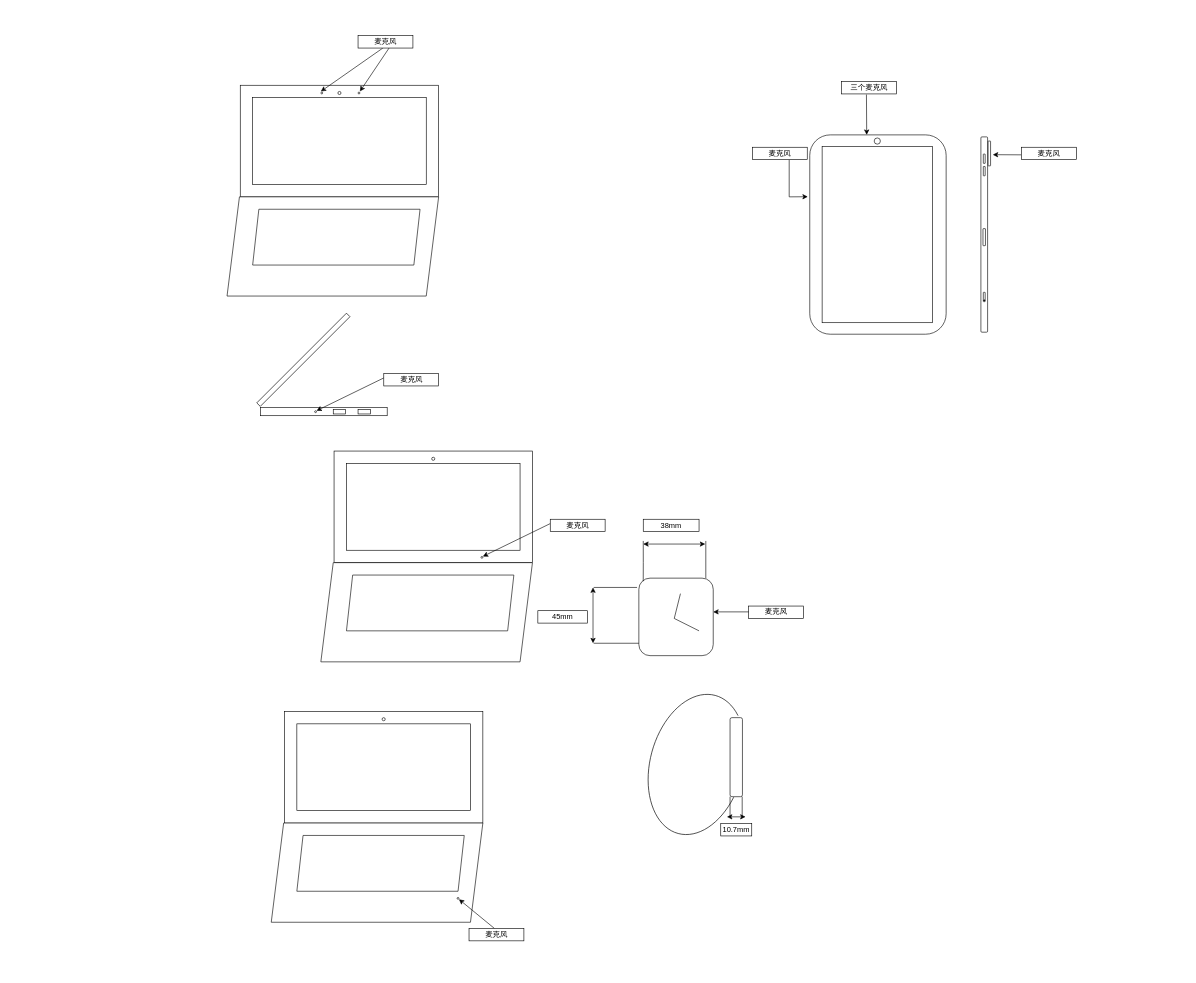
The draw.io diagram 未命名绘图.drawio in furuterikka/lyra, before the edit. Source tidied: cells renumbered, new cells numbered last; positions are measured from the earlier drawing's top-left corner, leaving out a move shared by most shapes. Both pictures are drawn from the tidied source at 62%, with x=0, y=0 at pixel (11, 11).
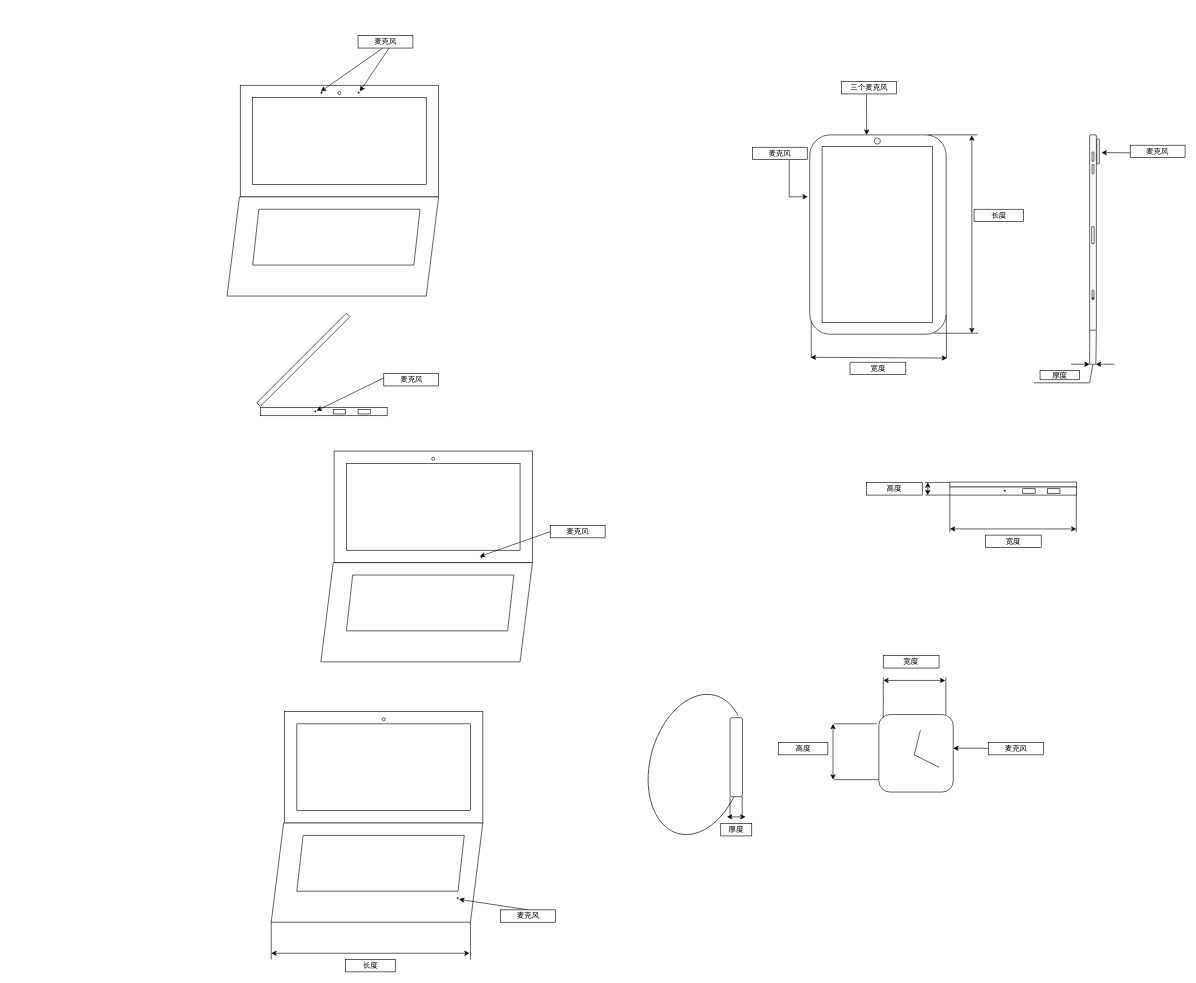
The same page after the edit.

Commit message (it also covers changes not shown here):
更新未命名绘图.drawio

Unchanged cells that the change refers to:
```xml
<mxCell id="59" style="rounded=1;whiteSpace=wrap;html=1;rotation=90;" parent="1" vertex="1">
  <mxGeometry x="1237.8" y="250.8" width="321.5" height="220" as="geometry" />
</mxCell>
```

What changed in the source:
```diff
@@
-    <mxCell id="9" style="ellipse;whiteSpace=wrap;html=1;" parent="1" vertex="1">
-      <mxGeometry x="560" y="131" width="3" height="3" as="geometry" />
+    <mxCell id="9" style="ellipse;whiteSpace=wrap;html=1;fillColor=#000000;" parent="1" vertex="1">
+      <mxGeometry x="560" y="131" width="2" height="2" as="geometry" />
     </mxCell>
-    <mxCell id="10" style="ellipse;whiteSpace=wrap;html=1;" parent="1" vertex="1">
-      <mxGeometry x="500" y="131" width="3" height="3" as="geometry" />
+    <mxCell id="10" style="ellipse;whiteSpace=wrap;html=1;fillColor=#000000;" parent="1" vertex="1">
+      <mxGeometry x="500" y="131" width="2" height="2" as="geometry" />
     </mxCell>
@@
-    <mxCell id="18" style="endArrow=classic;html=1;rounded=0;" parent="1" edge="1">
+    <mxCell id="18" style="endArrow=classic;html=1;rounded=0;exitX=0.5;exitY=0;exitDx=0;exitDy=0;" parent="1" edge="1" source="19">
       <mxGeometry relative="1" as="geometry">
-        <mxPoint x="780" y="1480" as="sourcePoint" />
         <mxPoint x="722.8" y="1433" as="targetPoint" />
       </mxGeometry>
     </mxCell>
     <mxCell id="19" value="麦克风" style="rounded=0;whiteSpace=wrap;html=1;" parent="1" vertex="1">
-      <mxGeometry x="739" y="1480" width="88.5" height="20" as="geometry" />
+      <mxGeometry x="790" y="1450" width="88.5" height="20" as="geometry" />
     </mxCell>
-    <mxCell id="20" style="ellipse;whiteSpace=wrap;html=1;" parent="1" vertex="1">
-      <mxGeometry x="719.8" y="1430" width="3" height="3" as="geometry" />
+    <mxCell id="20" style="ellipse;whiteSpace=wrap;html=1;fillColor=#000000;" parent="1" vertex="1">
+      <mxGeometry x="719.8" y="1430" width="2" height="2" as="geometry" />
     </mxCell>
@@
     <mxCell id="26" style="endArrow=classic;html=1;rounded=0;" parent="1" edge="1">
       <mxGeometry relative="1" as="geometry">
-        <mxPoint x="870" y="827" as="sourcePoint" />
-        <mxPoint x="761.3" y="880" as="targetPoint" />
+        <mxPoint x="870" y="840" as="sourcePoint" />
+        <mxPoint x="756.3" y="880" as="targetPoint" />
       </mxGeometry>
     </mxCell>
     <mxCell id="27" value="麦克风" style="rounded=0;whiteSpace=wrap;html=1;" parent="1" vertex="1">
-      <mxGeometry x="870" y="820" width="88.5" height="20" as="geometry" />
+      <mxGeometry x="870" y="830" width="88.5" height="20" as="geometry" />
     </mxCell>
-    <mxCell id="28" style="ellipse;whiteSpace=wrap;html=1;" parent="1" vertex="1">
-      <mxGeometry x="758.3" y="880" width="3" height="3" as="geometry" />
+    <mxCell id="28" style="ellipse;whiteSpace=wrap;html=1;fillColor=#000000;" parent="1" vertex="1">
+      <mxGeometry x="758.3" y="880" width="2" height="2" as="geometry" />
     </mxCell>
@@
-    <mxCell id="31" style="ellipse;whiteSpace=wrap;html=1;" parent="1" vertex="1">
-      <mxGeometry x="490" y="645" width="3" height="3" as="geometry" />
+    <mxCell id="31" style="ellipse;whiteSpace=wrap;html=1;gradientColor=none;fillColor=#000000;" parent="1" vertex="1">
+      <mxGeometry x="490" y="645" width="2" height="2" as="geometry" />
     </mxCell>
@@
-    <mxCell id="37" value="麦克风" style="rounded=0;whiteSpace=wrap;html=1;" parent="1" vertex="1">
-      <mxGeometry x="1630" y="220" width="88.5" height="20" as="geometry" />
-    </mxCell>
@@
-    <mxCell id="39" style="endArrow=classic;html=1;rounded=0;exitX=-0.007;exitY=0.612;exitDx=0;exitDy=0;exitPerimeter=0;" parent="1" edge="1" source="37">
-      <mxGeometry relative="1" as="geometry">
-        <mxPoint x="1583.8" y="232" as="targetPoint" />
-      </mxGeometry>
-    </mxCell>
@@
-    <mxCell id="41" style="rounded=1;whiteSpace=wrap;html=1;" parent="1" vertex="1">
-      <mxGeometry x="1012.9" y="915" width="120" height="125" as="geometry" />
-    </mxCell>
-    <mxCell id="42" style="endArrow=none;html=1;rounded=0;" parent="1" edge="1">
-      <mxGeometry relative="1" as="geometry">
-        <mxPoint x="1110" y="1000" as="sourcePoint" />
-        <mxPoint x="1080" y="940" as="targetPoint" />
-        <Array as="points">
-          <mxPoint x="1070" y="980" />
-        </Array>
-      </mxGeometry>
-    </mxCell>
-    <mxCell id="43" style="endArrow=classic;html=1;rounded=0;" parent="1" edge="1">
-      <mxGeometry relative="1" as="geometry">
-        <mxPoint x="1192.9" y="969.4" as="sourcePoint" />
-        <mxPoint x="1132.9" y="969.4" as="targetPoint" />
-      </mxGeometry>
-    </mxCell>
-    <mxCell id="44" value="麦克风" style="rounded=0;whiteSpace=wrap;html=1;" parent="1" vertex="1">
-      <mxGeometry x="1190" y="960" width="88.5" height="20" as="geometry" />
-    </mxCell>
-    <mxCell id="45" style="endArrow=none;html=1;rounded=0;" parent="1" edge="1">
-      <mxGeometry relative="1" as="geometry">
-        <mxPoint x="1120.9" y="915" as="sourcePoint" />
-        <mxPoint x="1120.9" y="855" as="targetPoint" />
-      </mxGeometry>
-    </mxCell>
-    <mxCell id="46" style="endArrow=none;html=1;rounded=0;exitX=0.059;exitY=0.04;exitDx=0;exitDy=0;exitPerimeter=0;" parent="1" edge="1" source="41">
-      <mxGeometry relative="1" as="geometry">
-        <mxPoint x="1020" y="855" as="targetPoint" />
-        <Array as="points">
-          <mxPoint x="1020.1" y="890" />
-        </Array>
-      </mxGeometry>
-    </mxCell>
-    <mxCell id="47" value="38mm" style="rounded=0;whiteSpace=wrap;html=1;" parent="1" vertex="1">
-      <mxGeometry x="1020" y="820" width="90" height="20" as="geometry" />
-    </mxCell>
-    <mxCell id="48" style="endArrow=classic;startArrow=classic;html=1;rounded=0;" parent="1" edge="1">
-      <mxGeometry relative="1" as="geometry">
-        <mxPoint x="1020" y="860" as="sourcePoint" />
-        <mxPoint x="1120" y="860" as="targetPoint" />
-      </mxGeometry>
-    </mxCell>
-    <mxCell id="49" style="endArrow=none;html=1;rounded=0;" parent="1" edge="1">
-      <mxGeometry relative="1" as="geometry">
-        <mxPoint x="940" y="930" as="sourcePoint" />
-        <mxPoint x="1010" y="930" as="targetPoint" />
-      </mxGeometry>
-    </mxCell>
-    <mxCell id="50" style="endArrow=none;html=1;rounded=0;" parent="1" edge="1">
-      <mxGeometry relative="1" as="geometry">
-        <mxPoint x="940" y="1020" as="sourcePoint" />
-        <mxPoint x="1012.9" y="1020" as="targetPoint" />
-      </mxGeometry>
-    </mxCell>
-    <mxCell id="51" style="endArrow=classic;startArrow=classic;html=1;rounded=0;" parent="1" edge="1">
-      <mxGeometry relative="1" as="geometry">
-        <mxPoint x="939" y="1020" as="sourcePoint" />
-        <mxPoint x="939" y="930" as="targetPoint" />
-      </mxGeometry>
-    </mxCell>
-    <mxCell id="52" value="45mm" style="rounded=0;whiteSpace=wrap;html=1;" parent="1" vertex="1">
-      <mxGeometry x="850" y="967.5" width="80" height="20" as="geometry" />
+    <mxCell id="52" value="高度" style="rounded=0;whiteSpace=wrap;html=1;" parent="1" vertex="1">
+      <mxGeometry x="1237.8" y="1180" width="80" height="20" as="geometry" />
     </mxCell>
@@
-    <mxCell id="58" value="10.7mm" style="rounded=0;whiteSpace=wrap;html=1;" parent="1" vertex="1">
+    <mxCell id="58" value="厚度" style="rounded=0;whiteSpace=wrap;html=1;" parent="1" vertex="1">
       <mxGeometry x="1145" y="1310.8" width="50" height="20" as="geometry" />
     </mxCell>
@@
-    <mxCell id="63" style="rounded=1;whiteSpace=wrap;html=1;rotation=90;" parent="1" vertex="1">
-      <mxGeometry x="1412.5" y="355.4" width="315" height="10.8" as="geometry" />
-    </mxCell>
-    <mxCell id="64" style="rounded=1;whiteSpace=wrap;html=1;rotation=90;" parent="1" vertex="1">
-      <mxGeometry x="1558.2" y="228" width="40" height="4" as="geometry" />
-    </mxCell>
-    <mxCell id="65" style="rounded=1;whiteSpace=wrap;html=1;rotation=90;" parent="1" vertex="1">
-      <mxGeometry x="1562.5" y="237" width="15" height="3" as="geometry" />
-    </mxCell>
-    <mxCell id="66" style="rounded=1;whiteSpace=wrap;html=1;rotation=90;" parent="1" vertex="1">
-      <mxGeometry x="1562.5" y="257" width="15" height="3" as="geometry" />
-    </mxCell>
-    <mxCell id="67" style="rounded=1;whiteSpace=wrap;html=1;rotation=90;" parent="1" vertex="1">
-      <mxGeometry x="1556.2" y="363" width="27.5" height="4" as="geometry" />
-    </mxCell>
-    <mxCell id="68" style="rounded=1;whiteSpace=wrap;html=1;rotation=90;" parent="1" vertex="1">
-      <mxGeometry x="1562.5" y="460" width="15" height="3" as="geometry" />
-    </mxCell>
-    <mxCell id="69" style="ellipse;whiteSpace=wrap;html=1;fillColor=#000000;" parent="1" vertex="1">
-      <mxGeometry x="1569" y="466" width="2" height="2" as="geometry" />
-    </mxCell>
+    <mxCell id="70" style="endArrow=none;html=1;rounded=0;" parent="1" edge="1">
+      <mxGeometry relative="1" as="geometry">
+        <mxPoint x="420" y="1530" as="sourcePoint" />
+        <mxPoint x="420" y="1470" as="targetPoint" />
+      </mxGeometry>
+    </mxCell>
+    <mxCell id="71" style="endArrow=none;html=1;rounded=0;" parent="1" edge="1">
+      <mxGeometry relative="1" as="geometry">
+        <mxPoint x="741.3" y="1530" as="sourcePoint" />
+        <mxPoint x="741.3" y="1470" as="targetPoint" />
+      </mxGeometry>
+    </mxCell>
+    <mxCell id="72" style="endArrow=classic;startArrow=classic;html=1;rounded=0;" parent="1" edge="1">
+      <mxGeometry relative="1" as="geometry">
+        <mxPoint x="420" y="1520" as="sourcePoint" />
+        <mxPoint x="740" y="1520" as="targetPoint" />
+      </mxGeometry>
+    </mxCell>
+    <mxCell id="73" value="长度" style="rounded=0;whiteSpace=wrap;html=1;" parent="1" vertex="1">
+      <mxGeometry x="540" y="1530" width="80" height="20" as="geometry" />
+    </mxCell>
+    <mxCell id="74" style="endArrow=none;html=1;rounded=0;entryX=0.903;entryY=-0.001;entryDx=0;entryDy=0;entryPerimeter=0;" parent="1" edge="1" target="59">
+      <mxGeometry relative="1" as="geometry">
+        <mxPoint x="1509" y="560" as="sourcePoint" />
+      </mxGeometry>
+    </mxCell>
+    <mxCell id="75" style="endArrow=none;html=1;rounded=0;" parent="1" edge="1">
+      <mxGeometry relative="1" as="geometry">
+        <mxPoint x="1291" y="560" as="sourcePoint" />
+        <mxPoint x="1291" y="500" as="targetPoint" />
+      </mxGeometry>
+    </mxCell>
+    <mxCell id="76" style="endArrow=classic;startArrow=classic;html=1;rounded=0;" parent="1" edge="1">
+      <mxGeometry relative="1" as="geometry">
+        <mxPoint x="1290" y="558.8" as="sourcePoint" />
+        <mxPoint x="1510" y="560" as="targetPoint" />
+      </mxGeometry>
+    </mxCell>
+    <mxCell id="77" value="宽度" style="rounded=0;whiteSpace=wrap;html=1;" parent="1" vertex="1">
+      <mxGeometry x="1353.5" y="566.7" width="90" height="20" as="geometry" />
+    </mxCell>
+    <mxCell id="78" style="endArrow=none;html=1;rounded=0;" parent="1" edge="1">
+      <mxGeometry relative="1" as="geometry">
+        <mxPoint x="1478.9" y="200" as="sourcePoint" />
+        <mxPoint x="1559.2" y="200" as="targetPoint" />
+      </mxGeometry>
+    </mxCell>
+    <mxCell id="79" style="endArrow=none;html=1;rounded=0;" parent="1" edge="1">
+      <mxGeometry relative="1" as="geometry">
+        <mxPoint x="1487.9" y="520" as="sourcePoint" />
+        <mxPoint x="1560" y="520" as="targetPoint" />
+      </mxGeometry>
+    </mxCell>
+    <mxCell id="80" style="endArrow=classic;startArrow=classic;html=1;rounded=0;" parent="1" edge="1">
+      <mxGeometry relative="1" as="geometry">
+        <mxPoint x="1550" y="520" as="sourcePoint" />
+        <mxPoint x="1550" y="200.8" as="targetPoint" />
+      </mxGeometry>
+    </mxCell>
+    <mxCell id="81" value="长度" style="rounded=0;whiteSpace=wrap;html=1;" parent="1" vertex="1">
+      <mxGeometry x="1553.6" y="320" width="80" height="20" as="geometry" />
+    </mxCell>
+    <mxCell id="82" value="麦克风" style="rounded=0;whiteSpace=wrap;html=1;" parent="1" vertex="1">
+      <mxGeometry x="1805.4" y="216.7" width="88.5" height="20" as="geometry" />
+    </mxCell>
+    <mxCell id="83" style="endArrow=classic;html=1;rounded=0;exitX=-0.007;exitY=0.612;exitDx=0;exitDy=0;exitPerimeter=0;" parent="1" edge="1" source="82">
+      <mxGeometry relative="1" as="geometry">
+        <mxPoint x="1759.1" y="228.7" as="targetPoint" />
+      </mxGeometry>
+    </mxCell>
+    <mxCell id="84" style="rounded=1;whiteSpace=wrap;html=1;rotation=90;" parent="1" vertex="1">
+      <mxGeometry x="1587.9" y="352.1" width="315" height="10.8" as="geometry" />
+    </mxCell>
+    <mxCell id="85" style="rounded=1;whiteSpace=wrap;html=1;rotation=90;" parent="1" vertex="1">
+      <mxGeometry x="1733.6" y="224.7" width="40" height="4" as="geometry" />
+    </mxCell>
+    <mxCell id="86" style="rounded=1;whiteSpace=wrap;html=1;rotation=90;" parent="1" vertex="1">
+      <mxGeometry x="1737.9" y="233.7" width="15" height="3" as="geometry" />
+    </mxCell>
+    <mxCell id="87" style="rounded=1;whiteSpace=wrap;html=1;rotation=90;" parent="1" vertex="1">
+      <mxGeometry x="1737.9" y="253.7" width="15" height="3" as="geometry" />
+    </mxCell>
+    <mxCell id="88" style="rounded=1;whiteSpace=wrap;html=1;rotation=90;" parent="1" vertex="1">
+      <mxGeometry x="1731.6" y="359.7" width="27.5" height="4" as="geometry" />
+    </mxCell>
+    <mxCell id="89" style="rounded=1;whiteSpace=wrap;html=1;rotation=90;" parent="1" vertex="1">
+      <mxGeometry x="1737.9" y="456.7" width="15" height="3" as="geometry" />
+    </mxCell>
+    <mxCell id="90" style="ellipse;whiteSpace=wrap;html=1;fillColor=#000000;" parent="1" vertex="1">
+      <mxGeometry x="1744.4" y="462.7" width="2" height="2" as="geometry" />
+    </mxCell>
+    <mxCell id="91" style="endArrow=none;html=1;rounded=0;entryX=0.998;entryY=0.996;entryDx=0;entryDy=0;entryPerimeter=0;" parent="1" edge="1" target="84">
+      <mxGeometry relative="1" as="geometry">
+        <mxPoint x="1740" y="570" as="sourcePoint" />
+      </mxGeometry>
+    </mxCell>
+    <mxCell id="92" style="endArrow=none;html=1;rounded=0;entryX=1;entryY=0;entryDx=0;entryDy=0;" parent="1" edge="1" target="84">
+      <mxGeometry relative="1" as="geometry">
+        <mxPoint x="1750" y="570" as="sourcePoint" />
+      </mxGeometry>
+    </mxCell>
+    <mxCell id="93" style="endArrow=classic;html=1;rounded=0;" parent="1" edge="1">
+      <mxGeometry relative="1" as="geometry">
+        <mxPoint x="1710" y="570" as="sourcePoint" />
+        <mxPoint x="1740" y="570" as="targetPoint" />
+      </mxGeometry>
+    </mxCell>
+    <mxCell id="94" style="endArrow=classic;html=1;rounded=0;" parent="1" edge="1">
+      <mxGeometry relative="1" as="geometry">
+        <mxPoint x="1780" y="570" as="sourcePoint" />
+        <mxPoint x="1750" y="570" as="targetPoint" />
+      </mxGeometry>
+    </mxCell>
+    <mxCell id="95" style="endArrow=none;html=1;rounded=0;" parent="1" edge="1">
+      <mxGeometry relative="1" as="geometry">
+        <mxPoint x="1740" y="570" as="sourcePoint" />
+        <mxPoint x="1750" y="570" as="targetPoint" />
+      </mxGeometry>
+    </mxCell>
+    <mxCell id="96" style="endArrow=none;html=1;rounded=0;" parent="1" edge="1">
+      <mxGeometry relative="1" as="geometry">
+        <mxPoint x="1650" y="600" as="sourcePoint" />
+        <mxPoint x="1745" y="570" as="targetPoint" />
+        <Array as="points">
+          <mxPoint x="1740" y="600" />
+        </Array>
+      </mxGeometry>
+    </mxCell>
+    <mxCell id="97" value="厚度" style="rounded=0;whiteSpace=wrap;html=1;" parent="1" vertex="1">
+      <mxGeometry x="1660" y="580" width="63.6" height="15" as="geometry" />
+    </mxCell>
+    <mxCell id="98" style="rounded=0;whiteSpace=wrap;html=1;rotation=0;" parent="1" vertex="1">
+      <mxGeometry x="1514.6" y="760" width="204.6" height="8" as="geometry" />
+    </mxCell>
+    <mxCell id="99" style="rounded=0;whiteSpace=wrap;html=1;" parent="1" vertex="1">
+      <mxGeometry x="1514.6" y="768" width="204.5" height="13" as="geometry" />
+    </mxCell>
+    <mxCell id="100" style="ellipse;whiteSpace=wrap;html=1;gradientColor=none;fillColor=#000000;" parent="1" vertex="1">
+      <mxGeometry x="1602.1" y="773" width="2" height="2" as="geometry" />
+    </mxCell>
+    <mxCell id="101" style="rounded=0;whiteSpace=wrap;html=1;" parent="1" vertex="1">
+      <mxGeometry x="1632.1" y="770.8" width="20" height="7.3" as="geometry" />
+    </mxCell>
+    <mxCell id="102" style="rounded=0;whiteSpace=wrap;html=1;" parent="1" vertex="1">
+      <mxGeometry x="1672.1" y="770.8" width="20" height="7.3" as="geometry" />
+    </mxCell>
+    <mxCell id="103" style="endArrow=none;html=1;rounded=0;" parent="1" edge="1">
+      <mxGeometry relative="1" as="geometry">
+        <mxPoint x="1514.6" y="781" as="sourcePoint" />
+        <mxPoint x="1514.6" y="841" as="targetPoint" />
+      </mxGeometry>
+    </mxCell>
+    <mxCell id="104" style="endArrow=none;html=1;rounded=0;" parent="1" edge="1">
+      <mxGeometry relative="1" as="geometry">
+        <mxPoint x="1718.4" y="781" as="sourcePoint" />
+        <mxPoint x="1718.4" y="841" as="targetPoint" />
+      </mxGeometry>
+    </mxCell>
+    <mxCell id="105" style="endArrow=classic;startArrow=classic;html=1;rounded=0;" parent="1" edge="1">
+      <mxGeometry relative="1" as="geometry">
+        <mxPoint x="1514.6" y="835.6" as="sourcePoint" />
+        <mxPoint x="1718.7" y="835.6" as="targetPoint" />
+      </mxGeometry>
+    </mxCell>
+    <mxCell id="106" value="宽度" style="rounded=0;whiteSpace=wrap;html=1;" parent="1" vertex="1">
+      <mxGeometry x="1571.9" y="845.6" width="90" height="20" as="geometry" />
+    </mxCell>
+    <mxCell id="107" style="endArrow=none;html=1;rounded=0;" parent="1" edge="1">
+      <mxGeometry relative="1" as="geometry">
+        <mxPoint x="1474.6" y="760.6" as="sourcePoint" />
+        <mxPoint x="1514.6" y="760.6" as="targetPoint" />
+      </mxGeometry>
+    </mxCell>
+    <mxCell id="108" style="endArrow=none;html=1;rounded=0;" parent="1" edge="1">
+      <mxGeometry relative="1" as="geometry">
+        <mxPoint x="1474.6" y="781" as="sourcePoint" />
+        <mxPoint x="1514.6" y="781" as="targetPoint" />
+      </mxGeometry>
+    </mxCell>
+    <mxCell id="109" style="endArrow=classic;startArrow=classic;html=1;rounded=0;" parent="1" edge="1">
+      <mxGeometry relative="1" as="geometry">
+        <mxPoint x="1478.7" y="781.1" as="sourcePoint" />
+        <mxPoint x="1479" y="760.6" as="targetPoint" />
+      </mxGeometry>
+    </mxCell>
+    <mxCell id="110" value="高度" style="rounded=0;whiteSpace=wrap;html=1;rotation=0;" parent="1" vertex="1">
+      <mxGeometry x="1380" y="761" width="90" height="20" as="geometry" />
+    </mxCell>
+    <mxCell id="111" style="rounded=1;whiteSpace=wrap;html=1;" parent="1" vertex="1">
+      <mxGeometry x="1400" y="1135" width="120" height="125" as="geometry" />
+    </mxCell>
+    <mxCell id="112" style="endArrow=none;html=1;rounded=0;" parent="1" edge="1">
+      <mxGeometry relative="1" as="geometry">
+        <mxPoint x="1497.1" y="1220" as="sourcePoint" />
+        <mxPoint x="1467.1" y="1160" as="targetPoint" />
+        <Array as="points">
+          <mxPoint x="1457.1" y="1200" />
+        </Array>
+      </mxGeometry>
+    </mxCell>
+    <mxCell id="113" style="endArrow=classic;html=1;rounded=0;" parent="1" edge="1">
+      <mxGeometry relative="1" as="geometry">
+        <mxPoint x="1580" y="1189.4" as="sourcePoint" />
+        <mxPoint x="1520" y="1189.4" as="targetPoint" />
+      </mxGeometry>
+    </mxCell>
+    <mxCell id="114" value="麦克风" style="rounded=0;whiteSpace=wrap;html=1;" parent="1" vertex="1">
+      <mxGeometry x="1577.1" y="1180" width="88.5" height="20" as="geometry" />
+    </mxCell>
+    <mxCell id="115" style="endArrow=none;html=1;rounded=0;" parent="1" edge="1">
+      <mxGeometry relative="1" as="geometry">
+        <mxPoint x="1508" y="1135" as="sourcePoint" />
+        <mxPoint x="1508" y="1075" as="targetPoint" />
+      </mxGeometry>
+    </mxCell>
+    <mxCell id="116" style="endArrow=none;html=1;rounded=0;exitX=0.059;exitY=0.04;exitDx=0;exitDy=0;exitPerimeter=0;" parent="1" edge="1" source="111">
+      <mxGeometry relative="1" as="geometry">
+        <mxPoint x="1407.1" y="1075" as="targetPoint" />
+        <Array as="points">
+          <mxPoint x="1407.2" y="1110" />
+        </Array>
+      </mxGeometry>
+    </mxCell>
+    <mxCell id="117" value="宽度" style="rounded=0;whiteSpace=wrap;html=1;" parent="1" vertex="1">
+      <mxGeometry x="1407.1" y="1040" width="90" height="20" as="geometry" />
+    </mxCell>
+    <mxCell id="118" style="endArrow=classic;startArrow=classic;html=1;rounded=0;" parent="1" edge="1">
+      <mxGeometry relative="1" as="geometry">
+        <mxPoint x="1407.1" y="1080" as="sourcePoint" />
+        <mxPoint x="1507.1" y="1080" as="targetPoint" />
+      </mxGeometry>
+    </mxCell>
+    <mxCell id="119" style="endArrow=none;html=1;rounded=0;" parent="1" edge="1">
+      <mxGeometry relative="1" as="geometry">
+        <mxPoint x="1327.1" y="1150" as="sourcePoint" />
+        <mxPoint x="1397.1" y="1150" as="targetPoint" />
+      </mxGeometry>
+    </mxCell>
+    <mxCell id="120" style="endArrow=none;html=1;rounded=0;" parent="1" edge="1">
+      <mxGeometry relative="1" as="geometry">
+        <mxPoint x="1327.1" y="1240" as="sourcePoint" />
+        <mxPoint x="1400" y="1240" as="targetPoint" />
+      </mxGeometry>
+    </mxCell>
+    <mxCell id="121" style="endArrow=classic;startArrow=classic;html=1;rounded=0;" parent="1" edge="1">
+      <mxGeometry relative="1" as="geometry">
+        <mxPoint x="1326.1" y="1240" as="sourcePoint" />
+        <mxPoint x="1326.1" y="1150" as="targetPoint" />
+      </mxGeometry>
+    </mxCell>
```
